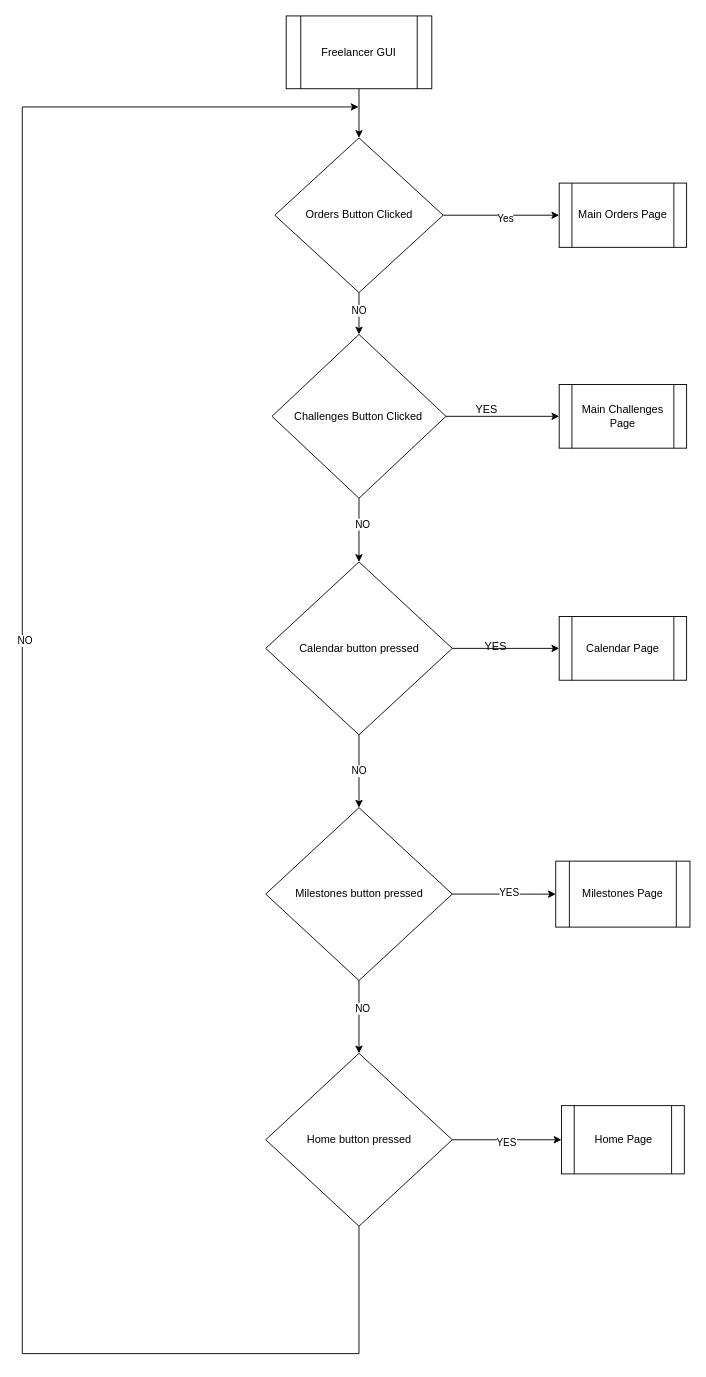
The draw.io diagram FreelancerMainGUiDiagram.drawio in trndnd/ALevelTkinterWork, before the edit. Source tidied: cells renumbered, new cells numbered last; positions are measured from the earlier drawing's top-left corner, leaving out a move shared by most shapes. Both pictures are drawn from the tidied source at 91%, with x=0, y=0 at pixel (22, 15).
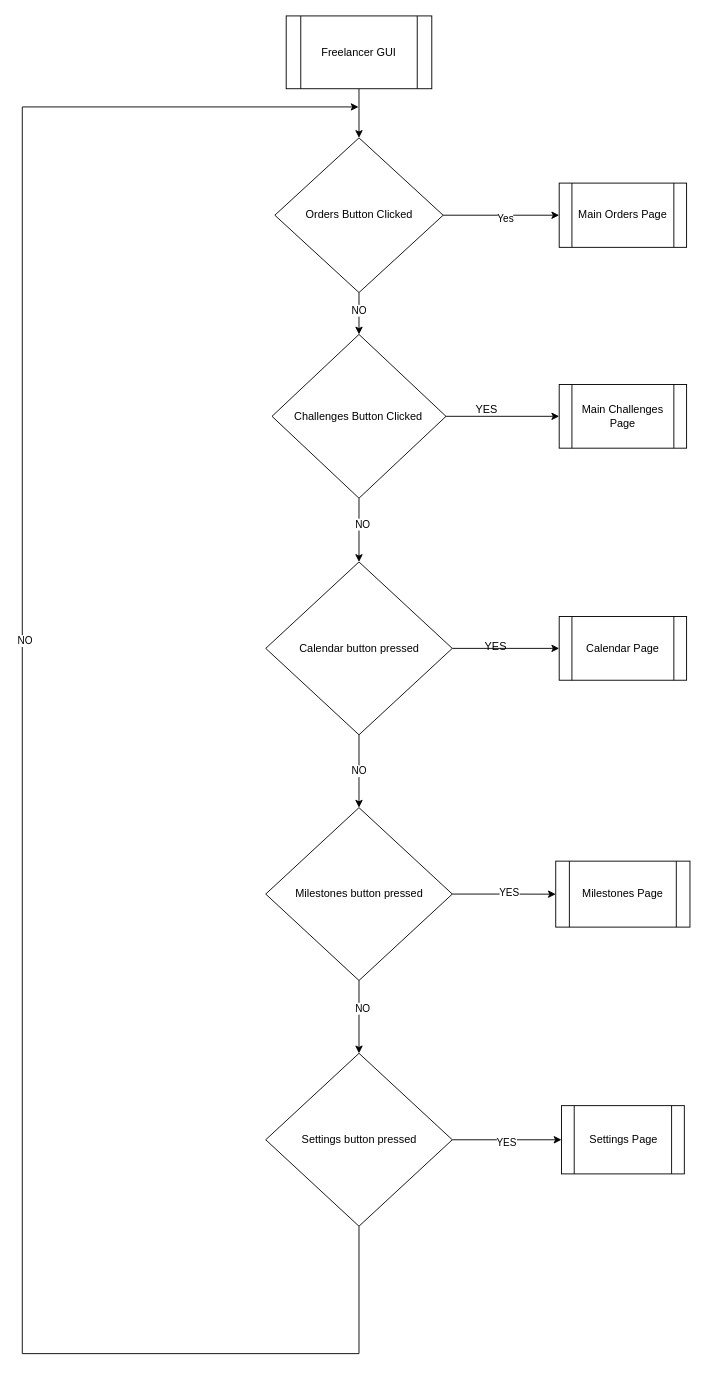
The same page after the edit.

What changed in the source:
```diff
@@
-    <mxCell id="29" value="Home button pressed" style="rhombus;whiteSpace=wrap;html=1;" parent="1" vertex="1">
+    <mxCell id="29" value="Settings button pressed" style="rhombus;whiteSpace=wrap;html=1;" parent="1" vertex="1">
       <mxGeometry x="267.5" y="1140" width="205" height="190" as="geometry" />
     </mxCell>
-    <mxCell id="30" value="Home Page" style="shape=process;whiteSpace=wrap;html=1;backgroundOutline=1;" parent="1" vertex="1">
+    <mxCell id="30" value="Settings Page" style="shape=process;whiteSpace=wrap;html=1;backgroundOutline=1;" parent="1" vertex="1">
       <mxGeometry x="592.5" y="1197.5" width="135" height="75" as="geometry" />
     </mxCell>
```
